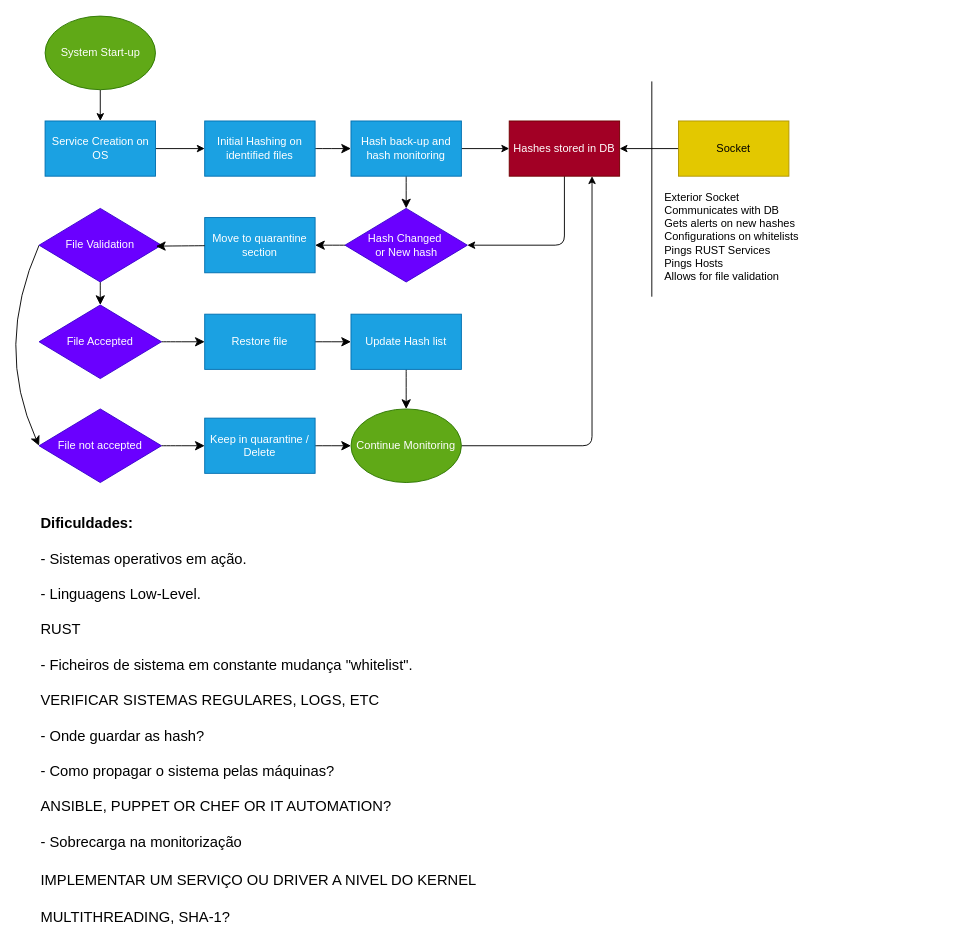
This is planeamento/Untitled Diagram.drawio from mickeyhousee/LOCK, a draw.io file, before an edit. Source tidied: cells renumbered, new cells numbered last; positions are measured from the earlier drawing's top-left corner, leaving out a move shared by most shapes. Both pictures are drawn from the tidied source at 92%, with x=0, y=0 at pixel (-6, 16).
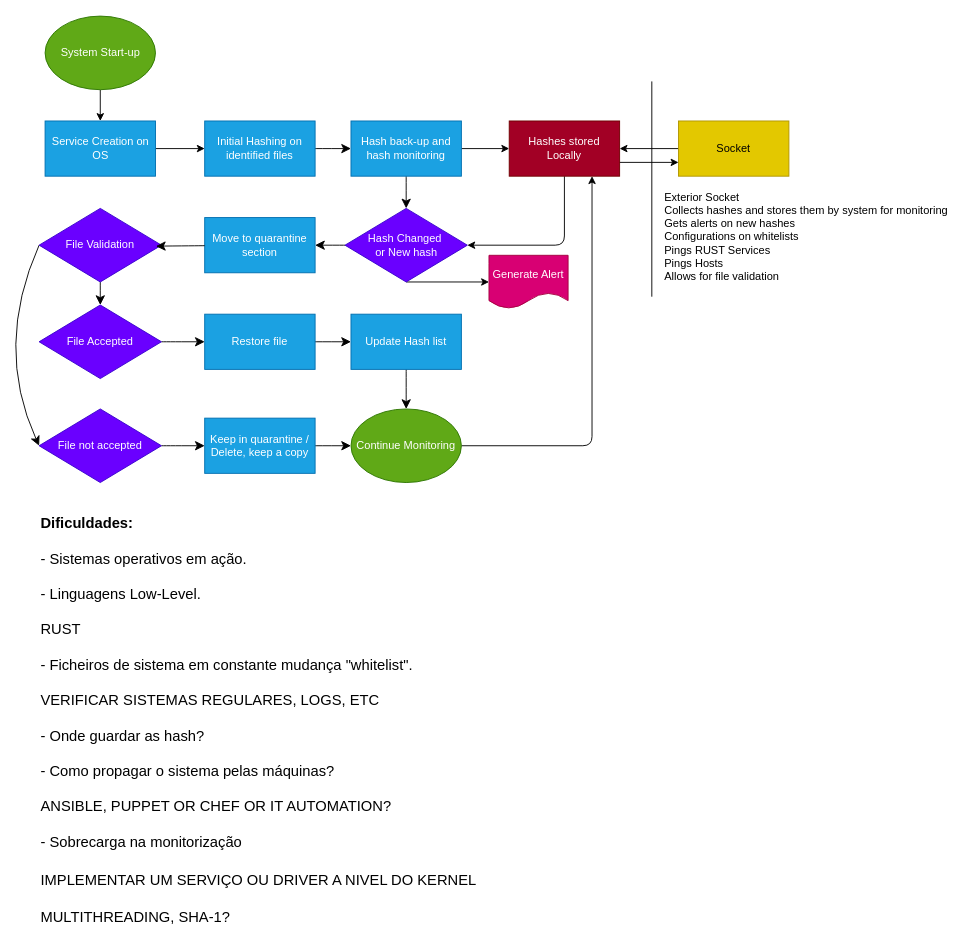
The same diagram, later.

Commit message (it also covers changes not shown here):
prototype in python working, new updated v3 diagram of this project

Unchanged cells that the change refers to:
```xml
<mxCell id="10" value="&lt;div&gt;Hash Changed&amp;nbsp;&lt;/div&gt;&lt;div&gt;or New hash&lt;/div&gt;" style="rhombus;whiteSpace=wrap;html=1;fillColor=#6a00ff;fontColor=#ffffff;strokeColor=#3700CC;" parent="1" vertex="1">
  <mxGeometry x="381.5" y="209" width="133" height="80" as="geometry" />
</mxCell>
<mxCell id="33" value="Socket" style="rounded=0;whiteSpace=wrap;html=1;fillColor=#e3c800;fontColor=#000000;strokeColor=#B09500;" parent="1" vertex="1">
  <mxGeometry x="744" y="114" width="120" height="60" as="geometry" />
</mxCell>
```

Diff of the diagram source:
```diff
@@
+    <mxCell id="38" style="edgeStyle=none;html=1;exitX=0.5;exitY=1;exitDx=0;exitDy=0;entryX=0;entryY=0.5;entryDx=0;entryDy=0;" parent="1" edge="1" source="10" target="40">
+      <mxGeometry relative="1" as="geometry" />
+    </mxCell>
@@
-    <mxCell id="23" value="Keep in quarantine / Delete" style="rounded=0;whiteSpace=wrap;html=1;fillColor=#1ba1e2;fontColor=#ffffff;strokeColor=#006EAF;" parent="1" vertex="1">
+    <mxCell id="23" value="Keep in quarantine / Delete, keep a copy" style="rounded=0;whiteSpace=wrap;html=1;fillColor=#1ba1e2;fontColor=#ffffff;strokeColor=#006EAF;" parent="1" vertex="1">
       <mxGeometry x="229" y="437" width="120" height="60" as="geometry" />
     </mxCell>
@@
+    <mxCell id="39" style="edgeStyle=none;html=1;exitX=1;exitY=0.75;exitDx=0;exitDy=0;entryX=0;entryY=0.75;entryDx=0;entryDy=0;" parent="1" edge="1" source="31" target="33">
+      <mxGeometry relative="1" as="geometry" />
+    </mxCell>
-    <mxCell id="31" value="Hashes stored in DB" style="rounded=0;whiteSpace=wrap;html=1;fillColor=#a20025;fontColor=#ffffff;strokeColor=#6F0000;" parent="1" vertex="1">
+    <mxCell id="31" value="Hashes stored Locally" style="rounded=0;whiteSpace=wrap;html=1;fillColor=#a20025;fontColor=#ffffff;strokeColor=#6F0000;" parent="1" vertex="1">
       <mxGeometry x="560" y="114" width="120" height="60" as="geometry" />
     </mxCell>
@@
-    <mxCell id="35" value="Exterior Socket&lt;br&gt;Communicates with DB&lt;br&gt;Gets alerts on new hashes&lt;br&gt;Configurations on whitelists&lt;br&gt;Pings RUST Services&lt;br&gt;Pings Hosts&lt;br&gt;Allows for file validation" style="text;html=1;align=left;verticalAlign=middle;strokeColor=none;fillColor=none;" parent="1" vertex="1">
-      <mxGeometry x="727" y="183" width="164" height="113" as="geometry" />
+    <mxCell id="35" value="Exterior Socket&lt;br&gt;Collects hashes and stores them by system for monitoring&lt;br&gt;Gets alerts on new hashes&lt;br&gt;Configurations on whitelists&lt;br&gt;Pings RUST Services&lt;br&gt;Pings Hosts&lt;br&gt;Allows for file validation" style="text;html=1;align=left;verticalAlign=middle;strokeColor=none;fillColor=none;" parent="1" vertex="1">
+      <mxGeometry x="727" y="183" width="326" height="113" as="geometry" />
     </mxCell>
@@
+    <mxCell id="40" value="Generate Alert" style="shape=document;whiteSpace=wrap;html=1;boundedLbl=1;fillColor=#d80073;fontColor=#ffffff;strokeColor=#A50040;" parent="1" vertex="1">
+      <mxGeometry x="538" y="260" width="86" height="58" as="geometry" />
+    </mxCell>
```
